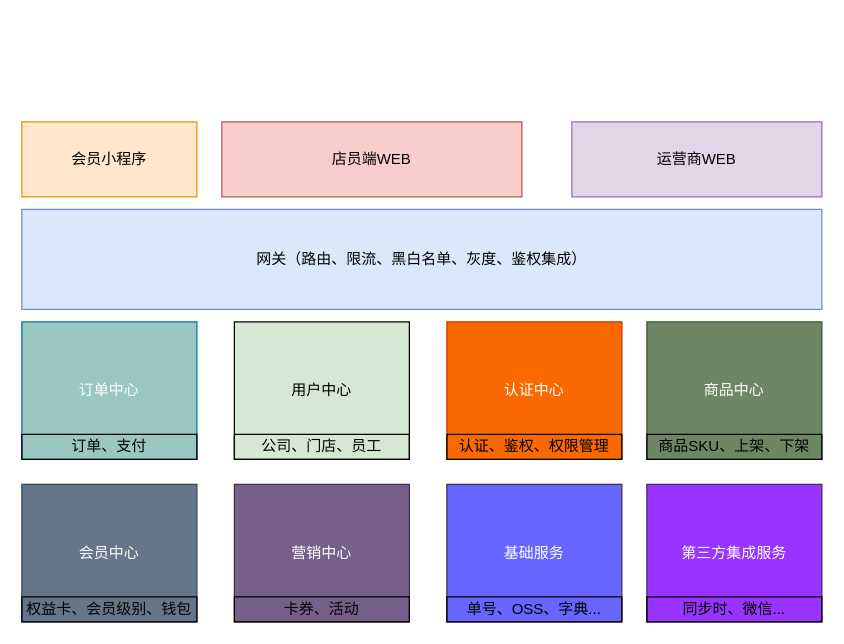
The draw.io diagram 好时光总体架构.drawio in sam1982/draw, before the edit. Source tidied: cells renumbered, new cells numbered last; positions are measured from the earlier drawing's top-left corner, leaving out a move shared by most shapes. Both pictures are drawn from the tidied source at 125%, with x=0, y=0 at pixel (21, 121).
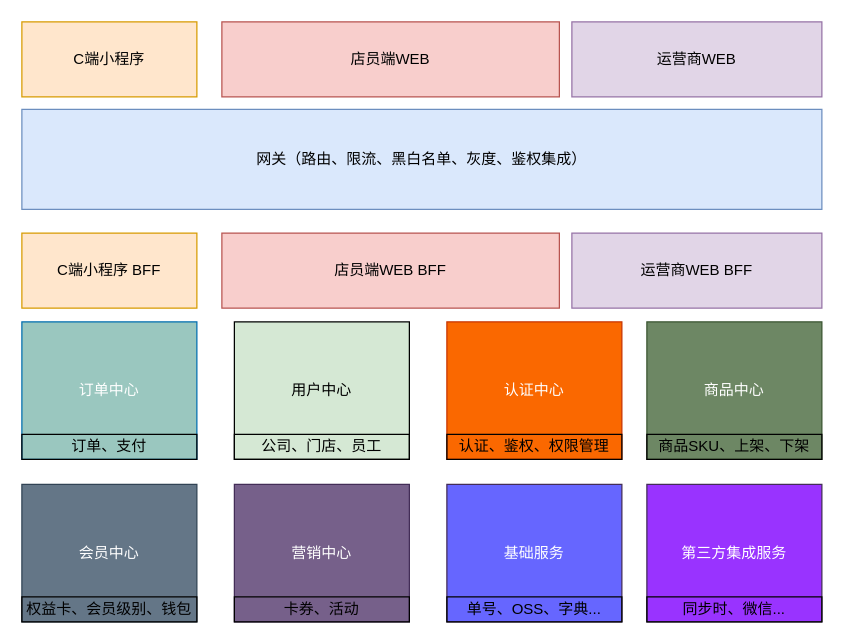
The same diagram, later.

Commit message (it also covers changes not shown here):
Update 好时光总体架构.drawio

Diff of the diagram source:
```diff
@@
     <mxCell id="2" value="网关（路由、限流、黑白名单、灰度、鉴权集成）" style="rounded=0;whiteSpace=wrap;html=1;fillColor=#dae8fc;strokeColor=#6c8ebf;" parent="1" vertex="1">
-      <mxGeometry y="70" width="640" height="80" as="geometry" />
+      <mxGeometry y="-10" width="640" height="80" as="geometry" />
     </mxCell>
-    <mxCell id="3" value="会员小程序" style="rounded=0;whiteSpace=wrap;html=1;fillColor=#ffe6cc;strokeColor=#d79b00;" parent="1" vertex="1">
-      <mxGeometry width="140" height="60" as="geometry" />
+    <mxCell id="3" value="C端小程序" style="rounded=0;whiteSpace=wrap;html=1;fillColor=#ffe6cc;strokeColor=#d79b00;" parent="1" vertex="1">
+      <mxGeometry y="-80" width="140" height="60" as="geometry" />
     </mxCell>
     <mxCell id="4" value="店员端WEB" style="rounded=0;whiteSpace=wrap;html=1;fillColor=#f8cecc;strokeColor=#b85450;" parent="1" vertex="1">
-      <mxGeometry x="160" width="240" height="60" as="geometry" />
+      <mxGeometry x="160" y="-80" width="270" height="60" as="geometry" />
     </mxCell>
     <mxCell id="5" value="运营商WEB" style="rounded=0;whiteSpace=wrap;html=1;fillColor=#e1d5e7;strokeColor=#9673a6;" parent="1" vertex="1">
-      <mxGeometry x="440" width="200" height="60" as="geometry" />
+      <mxGeometry x="440" y="-80" width="200" height="60" as="geometry" />
     </mxCell>
@@
+    <mxCell id="22" value="C端小程序 BFF" style="rounded=0;whiteSpace=wrap;html=1;fillColor=#ffe6cc;strokeColor=#d79b00;" parent="1" vertex="1">
+      <mxGeometry y="89" width="140" height="60" as="geometry" />
+    </mxCell>
+    <mxCell id="23" value="店员端WEB BFF" style="rounded=0;whiteSpace=wrap;html=1;fillColor=#f8cecc;strokeColor=#b85450;" parent="1" vertex="1">
+      <mxGeometry x="160" y="89" width="270" height="60" as="geometry" />
+    </mxCell>
+    <mxCell id="24" value="运营商WEB BFF" style="rounded=0;whiteSpace=wrap;html=1;fillColor=#e1d5e7;strokeColor=#9673a6;" parent="1" vertex="1">
+      <mxGeometry x="440" y="89" width="200" height="60" as="geometry" />
+    </mxCell>
```
